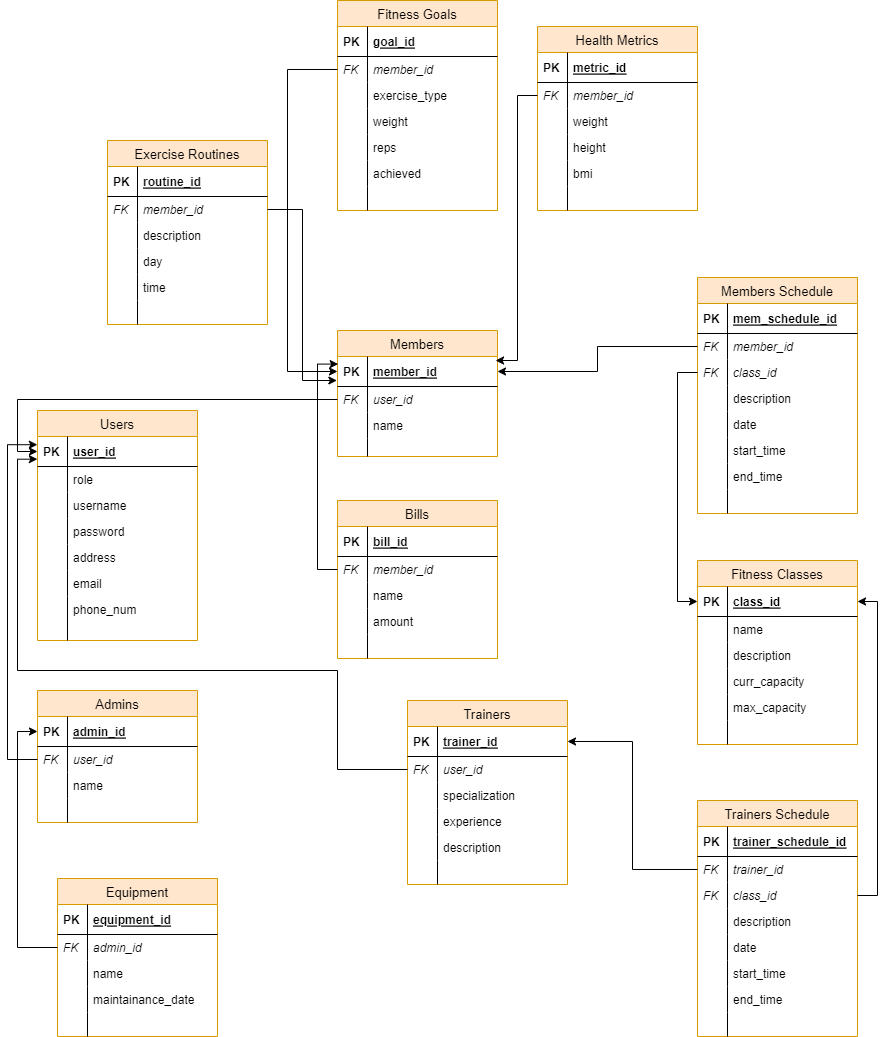
Earlier version of the draw.io export img/Database Relational Schema.png (UsmanIftikhar921/COMP-3005-Final-Project-V2). Source tidied: cells renumbered, new cells last; positions are measured from the earlier drawing's top-left corner, leaving out a move shared by most shapes.
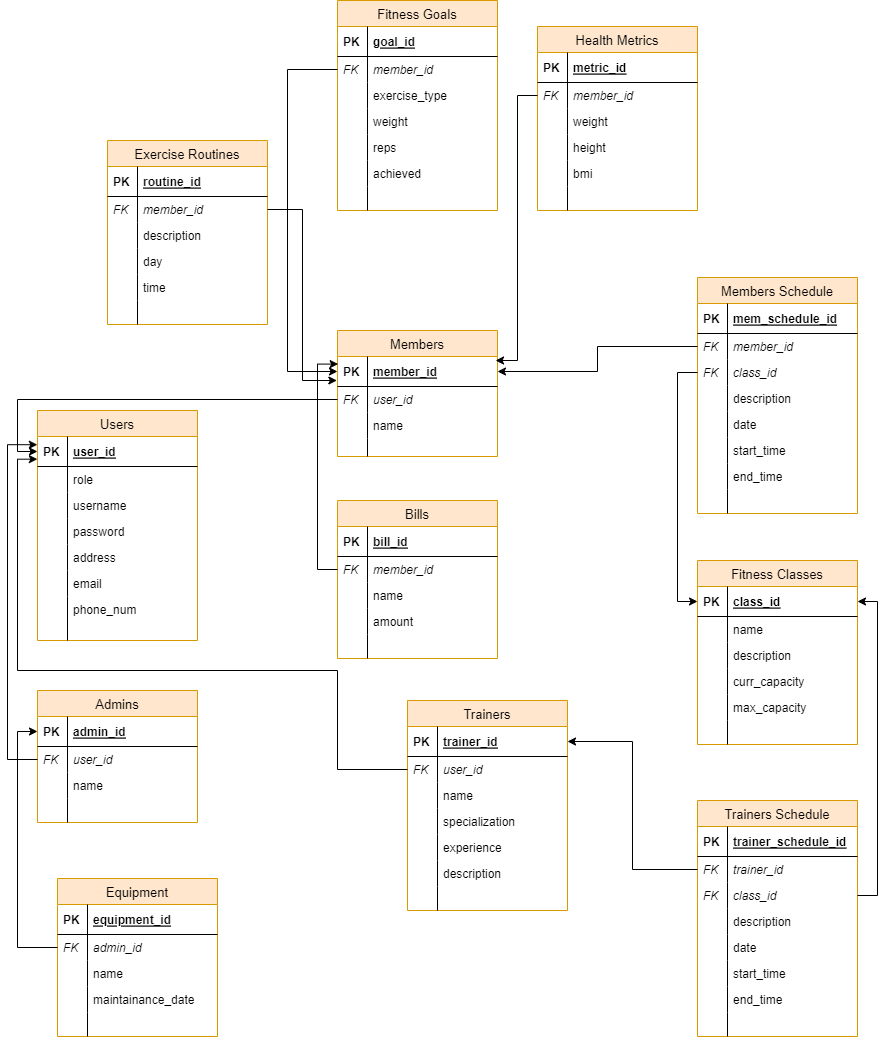
The same diagram one commit later.

Change to the diagram source:
```diff
@@ -75,7 +75,7 @@
       <mxGeometry width="30" height="18" as="geometry" />
     </mxCell>
     <mxCell id="26" value="Trainers" style="swimlane;fontStyle=0;horizontal=1;startSize=26;fillColor=#ffe6cc;swimlaneFillColor=#ffffff;align=center;strokeWidth=1;fontSize=13;strokeColor=#d79b00;" parent="1" vertex="1">
-      <mxGeometry x="400" y="700" width="160" height="184" as="geometry" />
+      <mxGeometry x="400" y="700" width="160" height="210" as="geometry" />
     </mxCell>
     <mxCell id="27" value="trainer_id" style="shape=partialRectangle;top=0;left=0;right=0;bottom=1;align=left;verticalAlign=middle;fillColor=none;spacingLeft=34;spacingRight=4;overflow=hidden;points=[[0,0.5],[1,0.5]];portConstraint=eastwest;fontStyle=5;" parent="26" vertex="1">
       <mxGeometry y="26" width="160" height="30" as="geometry" />
@@ -89,26 +89,32 @@
     <mxCell id="30" value="FK" style="shape=partialRectangle;top=0;left=0;bottom=0;fillColor=none;align=left;verticalAlign=top;spacingLeft=4;spacingRight=4;overflow=hidden;fontStyle=2;" parent="29" vertex="1">
       <mxGeometry width="30" height="26" as="geometry" />
     </mxCell>
-    <mxCell id="31" value="specialization" style="shape=partialRectangle;top=0;left=0;right=0;bottom=0;align=left;verticalAlign=top;fillColor=none;spacingLeft=34;spacingRight=4;overflow=hidden;fontStyle=0;" parent="26" vertex="1">
+    <mxCell id="31" value="name" style="shape=partialRectangle;top=0;left=0;right=0;bottom=0;align=left;verticalAlign=top;fillColor=none;spacingLeft=34;spacingRight=4;overflow=hidden;fontStyle=0;" parent="26" vertex="1">
       <mxGeometry y="82" width="160" height="26" as="geometry" />
     </mxCell>
     <mxCell id="32" style="shape=partialRectangle;top=0;left=0;bottom=0;fillColor=none;align=left;verticalAlign=top;spacingLeft=4;spacingRight=4;overflow=hidden;" parent="31" vertex="1">
       <mxGeometry width="30" height="26" as="geometry" />
     </mxCell>
+    <mxCell id="170" value="specialization" style="shape=partialRectangle;top=0;left=0;right=0;bottom=0;align=left;verticalAlign=top;fillColor=none;spacingLeft=34;spacingRight=4;overflow=hidden;fontStyle=0;" parent="26" vertex="1">
+      <mxGeometry y="108" width="160" height="26" as="geometry" />
+    </mxCell>
+    <mxCell id="171" style="shape=partialRectangle;top=0;left=0;bottom=0;fillColor=none;align=left;verticalAlign=top;spacingLeft=4;spacingRight=4;overflow=hidden;" parent="170" vertex="1">
+      <mxGeometry width="30" height="26" as="geometry" />
+    </mxCell>
     <mxCell id="33" value="experience" style="shape=partialRectangle;top=0;left=0;right=0;bottom=0;align=left;verticalAlign=top;fillColor=none;spacingLeft=34;spacingRight=4;overflow=hidden;fontStyle=0;" parent="26" vertex="1">
-      <mxGeometry y="108" width="160" height="26" as="geometry" />
+      <mxGeometry y="134" width="160" height="26" as="geometry" />
     </mxCell>
     <mxCell id="34" style="shape=partialRectangle;top=0;left=0;bottom=0;fillColor=none;align=left;verticalAlign=top;spacingLeft=4;spacingRight=4;overflow=hidden;" parent="33" vertex="1">
       <mxGeometry width="30" height="26" as="geometry" />
     </mxCell>
     <mxCell id="35" value="description" style="shape=partialRectangle;top=0;left=0;right=0;bottom=0;align=left;verticalAlign=top;fillColor=none;spacingLeft=34;spacingRight=4;overflow=hidden;fontStyle=0;" parent="26" vertex="1">
-      <mxGeometry y="134" width="160" height="26" as="geometry" />
+      <mxGeometry y="160" width="160" height="26" as="geometry" />
     </mxCell>
     <mxCell id="36" style="shape=partialRectangle;top=0;left=0;bottom=0;fillColor=none;align=left;verticalAlign=top;spacingLeft=4;spacingRight=4;overflow=hidden;" parent="35" vertex="1">
       <mxGeometry width="30" height="26" as="geometry" />
     </mxCell>
     <mxCell id="37" style="shape=partialRectangle;top=0;left=0;right=0;bottom=0;align=left;verticalAlign=top;fillColor=none;spacingLeft=34;spacingRight=4;overflow=hidden;" parent="26" vertex="1">
-      <mxGeometry y="160" width="160" height="24" as="geometry" />
+      <mxGeometry y="186" width="160" height="24" as="geometry" />
     </mxCell>
     <mxCell id="38" style="shape=partialRectangle;top=0;left=0;bottom=0;fillColor=none;align=left;verticalAlign=top;spacingLeft=4;spacingRight=4;overflow=hidden;" parent="37" vertex="1">
       <mxGeometry width="30" height="24" as="geometry" />
```
